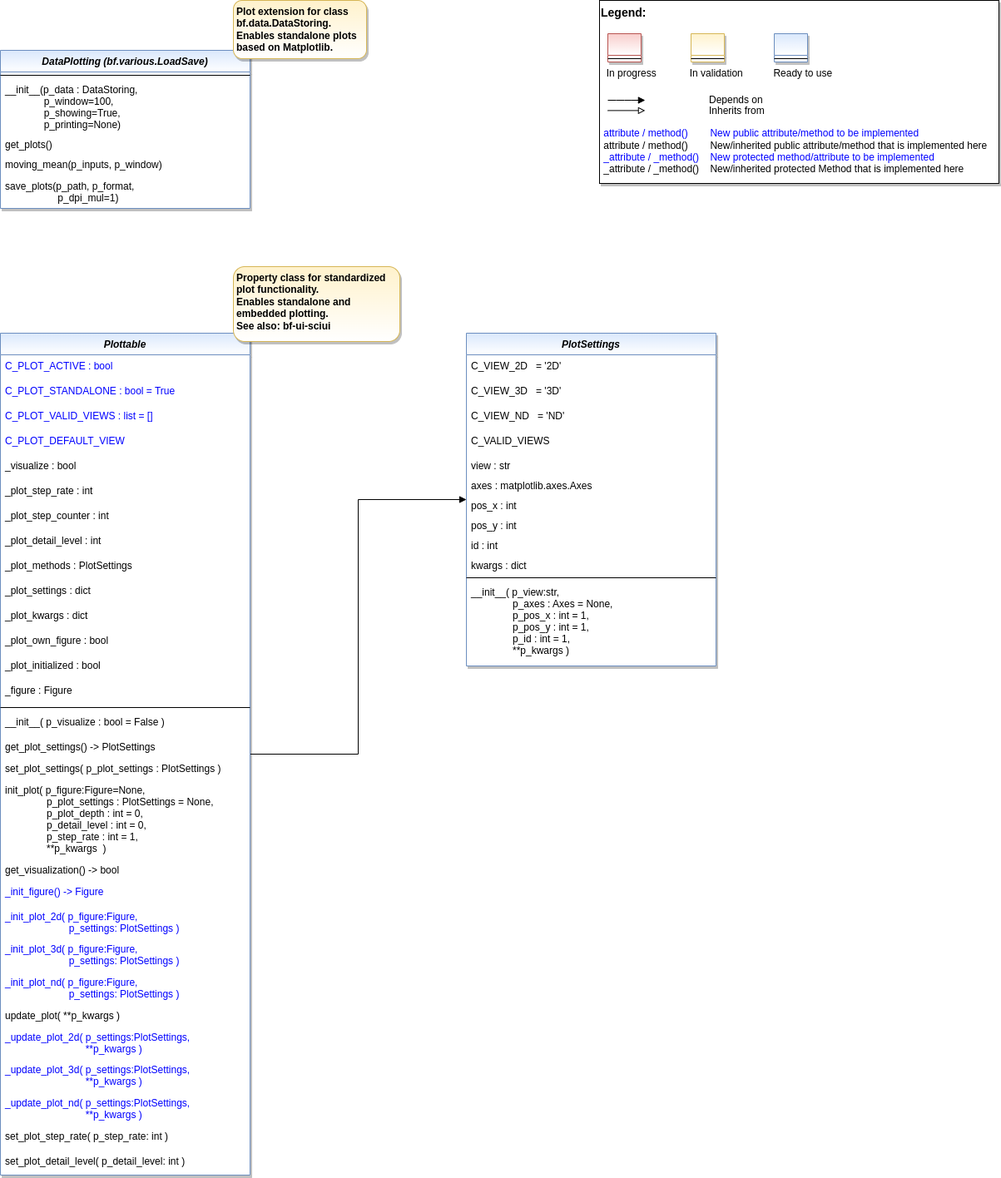
This is doc/rtd/content/append2/core/images/bf/MLPro-BF-Plot_class_diagram.drawio.png from fhswf/MLPro, a draw.io export, as it was before one commit. Source tidied: cells renumbered, new cells last; positions are measured from the earlier drawing's top-left corner, leaving out a move shared by most shapes.
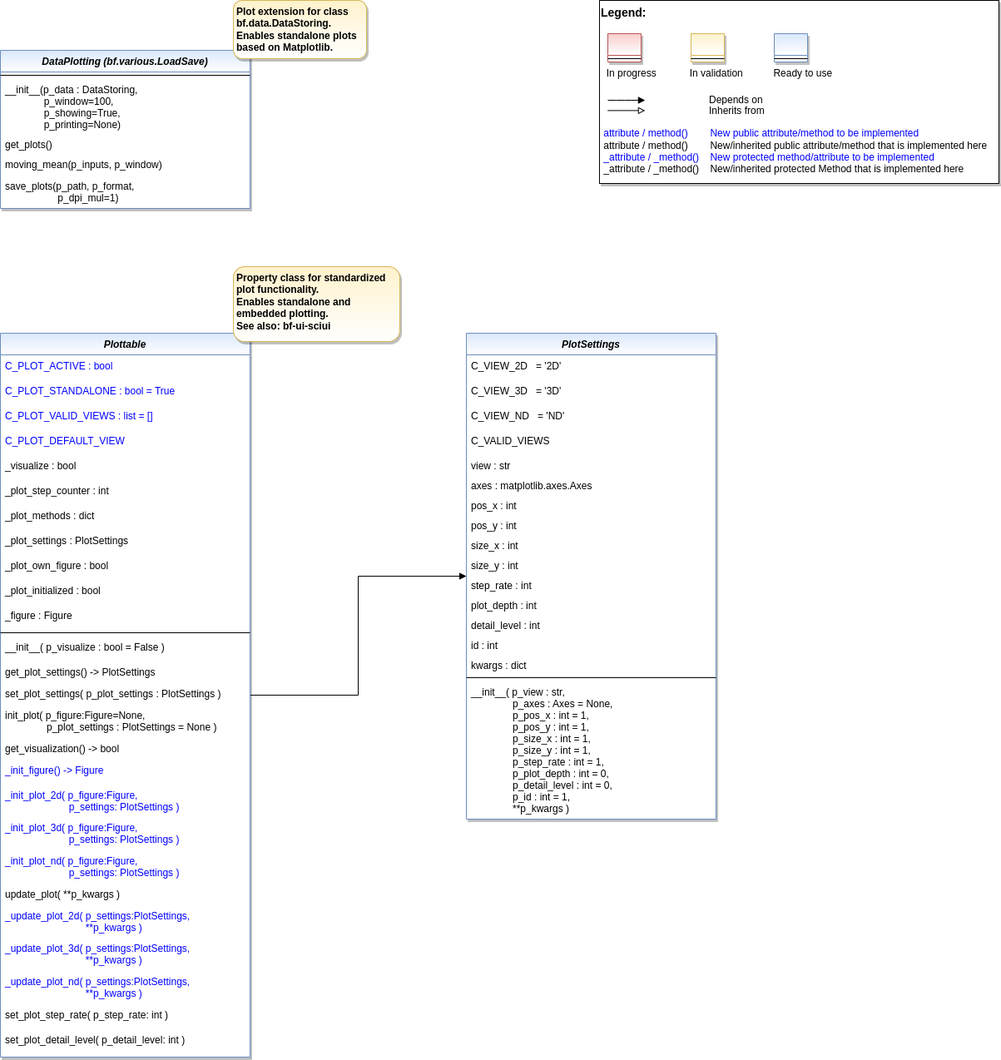
The same diagram one commit later.

The edit, as a diff of the source:
```diff
@@ -6,7 +6,7 @@
       <mxGeometry relative="1" as="geometry" />
     </mxCell>
     <mxCell id="3" value="Plottable" style="swimlane;fontStyle=3;align=center;verticalAlign=top;horizontal=1;startSize=26;rounded=0;shadow=1;strokeWidth=1;fillColor=#dae8fc;strokeColor=#6c8ebf;swimlaneFillColor=#FFFFFF;gradientColor=#FFFFFF;" parent="1" vertex="1">
-      <mxGeometry y="400" width="300" height="1012" as="geometry" />
+      <mxGeometry y="400" width="300" height="870" as="geometry" />
     </mxCell>
     <mxCell id="4" value="C_PLOT_ACTIVE : bool " style="text;align=left;verticalAlign=top;spacingLeft=4;spacingRight=4;overflow=hidden;fontColor=#0000FF;" parent="3" vertex="1">
       <mxGeometry y="26" width="300" height="30" as="geometry" />
@@ -23,80 +23,71 @@
     <mxCell id="8" value="_visualize : bool" style="text;align=left;verticalAlign=top;spacingLeft=4;spacingRight=4;overflow=hidden;fontColor=default;" parent="3" vertex="1">
       <mxGeometry y="146" width="300" height="30" as="geometry" />
     </mxCell>
-    <mxCell id="9" value="_plot_step_rate : int" style="text;align=left;verticalAlign=top;spacingLeft=4;spacingRight=4;overflow=hidden;fontColor=default;" parent="3" vertex="1">
-      <mxGeometry y="176" width="300" height="30" as="geometry" />
-    </mxCell>
     <mxCell id="10" value="_plot_step_counter : int" style="text;align=left;verticalAlign=top;spacingLeft=4;spacingRight=4;overflow=hidden;fontColor=default;" parent="3" vertex="1">
-      <mxGeometry y="206" width="300" height="30" as="geometry" />
+      <mxGeometry y="176" width="300" height="30" as="geometry" />
     </mxCell>
-    <mxCell id="11" value="_plot_detail_level : int" style="text;align=left;verticalAlign=top;spacingLeft=4;spacingRight=4;overflow=hidden;fontColor=default;" parent="3" vertex="1">
-      <mxGeometry y="236" width="300" height="30" as="geometry" />
-    </mxCell>
-    <mxCell id="12" value="_plot_methods : PlotSettings" style="text;align=left;verticalAlign=top;spacingLeft=4;spacingRight=4;overflow=hidden;fontColor=default;" parent="3" vertex="1">
-      <mxGeometry y="266" width="300" height="30" as="geometry" />
+    <mxCell id="12" value="_plot_methods : dict" style="text;align=left;verticalAlign=top;spacingLeft=4;spacingRight=4;overflow=hidden;fontColor=default;" parent="3" vertex="1">
+      <mxGeometry y="206" width="300" height="30" as="geometry" />
     </mxCell>
-    <mxCell id="13" value="_plot_settings : dict" style="text;align=left;verticalAlign=top;spacingLeft=4;spacingRight=4;overflow=hidden;fontColor=default;" parent="3" vertex="1">
-      <mxGeometry y="296" width="300" height="30" as="geometry" />
+    <mxCell id="13" value="_plot_settings : PlotSettings" style="text;align=left;verticalAlign=top;spacingLeft=4;spacingRight=4;overflow=hidden;fontColor=default;" parent="3" vertex="1">
+      <mxGeometry y="236" width="300" height="30" as="geometry" />
     </mxCell>
-    <mxCell id="14" value="_plot_kwargs : dict" style="text;align=left;verticalAlign=top;spacingLeft=4;spacingRight=4;overflow=hidden;fontColor=default;" parent="3" vertex="1">
-      <mxGeometry y="326" width="300" height="30" as="geometry" />
-    </mxCell>
     <mxCell id="15" value="_plot_own_figure : bool" style="text;align=left;verticalAlign=top;spacingLeft=4;spacingRight=4;overflow=hidden;fontColor=default;" parent="3" vertex="1">
-      <mxGeometry y="356" width="300" height="30" as="geometry" />
+      <mxGeometry y="266" width="300" height="30" as="geometry" />
     </mxCell>
     <mxCell id="16" value="_plot_initialized : bool" style="text;align=left;verticalAlign=top;spacingLeft=4;spacingRight=4;overflow=hidden;fontColor=default;" parent="3" vertex="1">
-      <mxGeometry y="386" width="300" height="30" as="geometry" />
+      <mxGeometry y="296" width="300" height="30" as="geometry" />
     </mxCell>
     <mxCell id="17" value="_figure : Figure" style="text;align=left;verticalAlign=top;spacingLeft=4;spacingRight=4;overflow=hidden;fontColor=default;" parent="3" vertex="1">
-      <mxGeometry y="416" width="300" height="30" as="geometry" />
+      <mxGeometry y="326" width="300" height="30" as="geometry" />
     </mxCell>
     <mxCell id="18" style="line;html=1;strokeWidth=1;align=left;verticalAlign=middle;spacingTop=-1;spacingLeft=3;spacingRight=3;labelPosition=right;" parent="3" vertex="1">
-      <mxGeometry y="446" width="300" height="8" as="geometry" />
+      <mxGeometry y="356" width="300" height="8" as="geometry" />
     </mxCell>
     <mxCell id="19" value="__init__( p_visualize : bool = False )" style="text;align=left;verticalAlign=top;spacingLeft=4;spacingRight=4;overflow=hidden;fontColor=default;" parent="3" vertex="1">
-      <mxGeometry y="454" width="300" height="30" as="geometry" />
+      <mxGeometry y="364" width="300" height="30" as="geometry" />
     </mxCell>
     <mxCell id="20" value="get_plot_settings() -&gt; PlotSettings" style="text;align=left;verticalAlign=top;spacingLeft=4;spacingRight=4;overflow=hidden;fontColor=default;" parent="3" vertex="1">
-      <mxGeometry y="484" width="300" height="26" as="geometry" />
+      <mxGeometry y="394" width="300" height="26" as="geometry" />
     </mxCell>
     <mxCell id="21" value="set_plot_settings( p_plot_settings : PlotSettings )" style="text;align=left;verticalAlign=top;spacingLeft=4;spacingRight=4;overflow=hidden;fontColor=default;" parent="3" vertex="1">
-      <mxGeometry y="510" width="300" height="26" as="geometry" />
+      <mxGeometry y="420" width="300" height="26" as="geometry" />
     </mxCell>
-    <mxCell id="22" value="init_plot( p_figure:Figure=None, &#10;               p_plot_settings : PlotSettings = None,&#10;               p_plot_depth : int = 0,&#10;               p_detail_level : int = 0,&#10;               p_step_rate : int = 1,&#10;               **p_kwargs  )" style="text;align=left;verticalAlign=top;spacingLeft=4;spacingRight=4;overflow=hidden;fontColor=default;" parent="3" vertex="1">
-      <mxGeometry y="536" width="300" height="96" as="geometry" />
+    <mxCell id="22" value="init_plot( p_figure:Figure=None, &#10;               p_plot_settings : PlotSettings = None )" style="text;align=left;verticalAlign=top;spacingLeft=4;spacingRight=4;overflow=hidden;fontColor=default;" parent="3" vertex="1">
+      <mxGeometry y="446" width="300" height="40" as="geometry" />
     </mxCell>
     <mxCell id="23" value="get_visualization() -&gt; bool" style="text;align=left;verticalAlign=top;spacingLeft=4;spacingRight=4;overflow=hidden;fontColor=default;" parent="3" vertex="1">
-      <mxGeometry y="632" width="300" height="26" as="geometry" />
+      <mxGeometry y="486" width="300" height="26" as="geometry" />
     </mxCell>
     <mxCell id="24" value="_init_figure() -&gt; Figure" style="text;align=left;verticalAlign=top;spacingLeft=4;spacingRight=4;overflow=hidden;fontColor=#0000FF;" parent="3" vertex="1">
-      <mxGeometry y="658" width="300" height="30" as="geometry" />
+      <mxGeometry y="512" width="300" height="30" as="geometry" />
     </mxCell>
     <mxCell id="25" value="_init_plot_2d( p_figure:Figure, &#10;                       p_settings: PlotSettings )" style="text;align=left;verticalAlign=top;spacingLeft=4;spacingRight=4;overflow=hidden;fontColor=#0000FF;" parent="3" vertex="1">
-      <mxGeometry y="688" width="300" height="39" as="geometry" />
+      <mxGeometry y="542" width="300" height="39" as="geometry" />
     </mxCell>
     <mxCell id="26" value="_init_plot_3d( p_figure:Figure, &#10;                       p_settings: PlotSettings )" style="text;align=left;verticalAlign=top;spacingLeft=4;spacingRight=4;overflow=hidden;fontColor=#0000FF;" parent="3" vertex="1">
-      <mxGeometry y="727" width="300" height="40" as="geometry" />
+      <mxGeometry y="581" width="300" height="40" as="geometry" />
     </mxCell>
     <mxCell id="27" value="_init_plot_nd( p_figure:Figure, &#10;                       p_settings: PlotSettings )" style="text;align=left;verticalAlign=top;spacingLeft=4;spacingRight=4;overflow=hidden;fontColor=#0000FF;" parent="3" vertex="1">
-      <mxGeometry y="767" width="300" height="40" as="geometry" />
+      <mxGeometry y="621" width="300" height="40" as="geometry" />
     </mxCell>
     <mxCell id="28" value="update_plot( **p_kwargs )" style="text;align=left;verticalAlign=top;spacingLeft=4;spacingRight=4;overflow=hidden;fontColor=default;" parent="3" vertex="1">
-      <mxGeometry y="807" width="300" height="26" as="geometry" />
+      <mxGeometry y="661" width="300" height="26" as="geometry" />
     </mxCell>
     <mxCell id="29" value="_update_plot_2d( p_settings:PlotSettings,&#10;                             **p_kwargs )" style="text;align=left;verticalAlign=top;spacingLeft=4;spacingRight=4;overflow=hidden;fontColor=#0000FF;" parent="3" vertex="1">
-      <mxGeometry y="833" width="300" height="39" as="geometry" />
+      <mxGeometry y="687" width="300" height="39" as="geometry" />
     </mxCell>
     <mxCell id="30" value="_update_plot_3d( p_settings:PlotSettings,&#10;                             **p_kwargs )" style="text;align=left;verticalAlign=top;spacingLeft=4;spacingRight=4;overflow=hidden;fontColor=#0000FF;" parent="3" vertex="1">
-      <mxGeometry y="872" width="300" height="40" as="geometry" />
+      <mxGeometry y="726" width="300" height="40" as="geometry" />
     </mxCell>
     <mxCell id="31" value="_update_plot_nd( p_settings:PlotSettings,&#10;                             **p_kwargs )" style="text;align=left;verticalAlign=top;spacingLeft=4;spacingRight=4;overflow=hidden;fontColor=#0000FF;" parent="3" vertex="1">
-      <mxGeometry y="912" width="300" height="40" as="geometry" />
+      <mxGeometry y="766" width="300" height="40" as="geometry" />
     </mxCell>
     <mxCell id="32" value="set_plot_step_rate( p_step_rate: int )" style="text;align=left;verticalAlign=top;spacingLeft=4;spacingRight=4;overflow=hidden;fontColor=default;" parent="3" vertex="1">
-      <mxGeometry y="952" width="300" height="30" as="geometry" />
+      <mxGeometry y="806" width="300" height="30" as="geometry" />
     </mxCell>
     <mxCell id="33" value="set_plot_detail_level( p_detail_level: int )" style="text;align=left;verticalAlign=top;spacingLeft=4;spacingRight=4;overflow=hidden;fontColor=default;" parent="3" vertex="1">
-      <mxGeometry y="982" width="300" height="30" as="geometry" />
+      <mxGeometry y="836" width="300" height="30" as="geometry" />
     </mxCell>
     <mxCell id="34" style="group;" parent="1" vertex="1">
       <mxGeometry x="720" width="480" height="220" as="geometry" />
@@ -164,7 +155,7 @@
       <mxGeometry x="280" width="160" height="70" as="geometry" />
     </mxCell>
     <mxCell id="52" value="PlotSettings" style="swimlane;fontStyle=3;align=center;verticalAlign=top;horizontal=1;startSize=26;rounded=0;shadow=1;strokeWidth=1;fillColor=#dae8fc;strokeColor=#6c8ebf;swimlaneFillColor=#FFFFFF;gradientColor=#FFFFFF;" parent="1" vertex="1">
-      <mxGeometry x="560" y="400" width="300" height="400" as="geometry" />
+      <mxGeometry x="560" y="400" width="300" height="584" as="geometry" />
     </mxCell>
     <mxCell id="53" value="C_VIEW_2D   = '2D'" style="text;align=left;verticalAlign=top;spacingLeft=4;spacingRight=4;overflow=hidden;fontColor=default;" parent="52" vertex="1">
       <mxGeometry y="26" width="300" height="30" as="geometry" />
@@ -190,17 +181,32 @@
     <mxCell id="60" value="pos_y : int" style="text;align=left;verticalAlign=top;spacingLeft=4;spacingRight=4;overflow=hidden;" parent="52" vertex="1">
       <mxGeometry y="218" width="300" height="24" as="geometry" />
     </mxCell>
+    <mxCell id="65" value="size_x : int" style="text;align=left;verticalAlign=top;spacingLeft=4;spacingRight=4;overflow=hidden;" parent="52" vertex="1">
+      <mxGeometry y="242" width="300" height="24" as="geometry" />
+    </mxCell>
+    <mxCell id="66" value="size_y : int" style="text;align=left;verticalAlign=top;spacingLeft=4;spacingRight=4;overflow=hidden;" parent="52" vertex="1">
+      <mxGeometry y="266" width="300" height="24" as="geometry" />
+    </mxCell>
+    <mxCell id="67" value="step_rate : int" style="text;align=left;verticalAlign=top;spacingLeft=4;spacingRight=4;overflow=hidden;" parent="52" vertex="1">
+      <mxGeometry y="290" width="300" height="24" as="geometry" />
+    </mxCell>
+    <mxCell id="68" value="plot_depth : int" style="text;align=left;verticalAlign=top;spacingLeft=4;spacingRight=4;overflow=hidden;" parent="52" vertex="1">
+      <mxGeometry y="314" width="300" height="24" as="geometry" />
+    </mxCell>
+    <mxCell id="69" value="detail_level : int" style="text;align=left;verticalAlign=top;spacingLeft=4;spacingRight=4;overflow=hidden;" parent="52" vertex="1">
+      <mxGeometry y="338" width="300" height="24" as="geometry" />
+    </mxCell>
     <mxCell id="61" value="id : int" style="text;align=left;verticalAlign=top;spacingLeft=4;spacingRight=4;overflow=hidden;" parent="52" vertex="1">
-      <mxGeometry y="242" width="300" height="24" as="geometry" />
+      <mxGeometry y="362" width="300" height="24" as="geometry" />
     </mxCell>
     <mxCell id="62" value="kwargs : dict" style="text;align=left;verticalAlign=top;spacingLeft=4;spacingRight=4;overflow=hidden;" parent="52" vertex="1">
-      <mxGeometry y="266" width="300" height="24" as="geometry" />
+      <mxGeometry y="386" width="300" height="24" as="geometry" />
     </mxCell>
     <mxCell id="63" style="line;html=1;strokeWidth=1;align=left;verticalAlign=middle;spacingTop=-1;spacingLeft=3;spacingRight=3;labelPosition=right;" parent="52" vertex="1">
-      <mxGeometry y="290" width="300" height="8" as="geometry" />
+      <mxGeometry y="410" width="300" height="8" as="geometry" />
     </mxCell>
-    <mxCell id="64" value="__init__( p_view:str, &#10;               p_axes : Axes = None, &#10;               p_pos_x : int = 1,&#10;               p_pos_y : int = 1,&#10;               p_id : int = 1,&#10;               **p_kwargs )" style="text;align=left;verticalAlign=top;spacingLeft=4;spacingRight=4;overflow=hidden;" parent="52" vertex="1">
-      <mxGeometry y="298" width="300" height="96" as="geometry" />
+    <mxCell id="64" value="__init__( p_view : str, &#10;               p_axes : Axes = None, &#10;               p_pos_x : int = 1,&#10;               p_pos_y : int = 1,&#10;               p_size_x : int = 1,&#10;               p_size_y : int = 1,&#10;               p_step_rate : int = 1,&#10;               p_plot_depth : int = 0,&#10;               p_detail_level : int = 0,&#10;               p_id : int = 1,&#10;               **p_kwargs )" style="text;align=left;verticalAlign=top;spacingLeft=4;spacingRight=4;overflow=hidden;" parent="52" vertex="1">
+      <mxGeometry y="418" width="300" height="166" as="geometry" />
     </mxCell>
   </root>
 </mxGraphModel>
```
